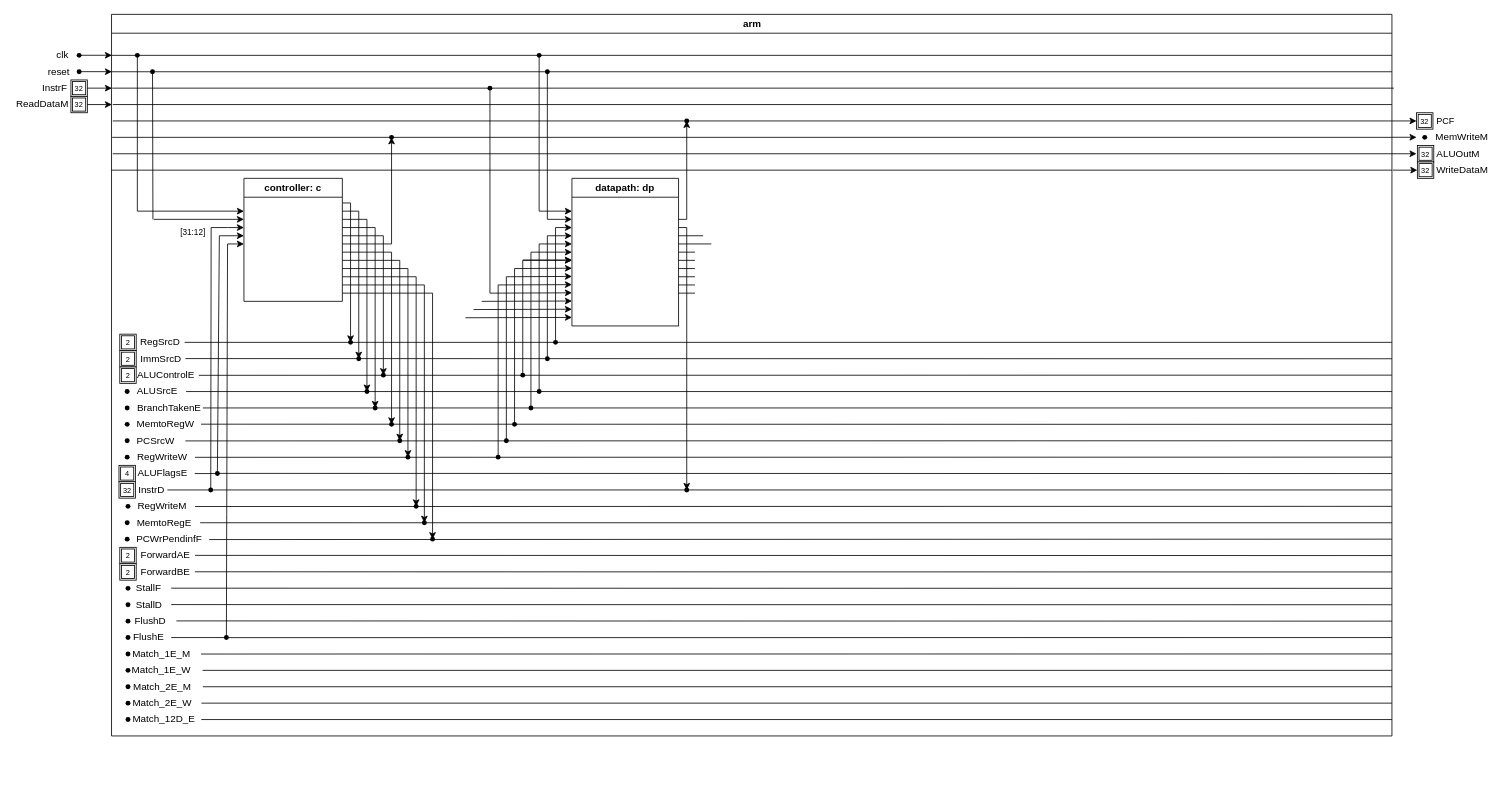
Earlier version of the draw.io diagram page "Module arm" (2 of 13) of atividade4.drawio.xml (booleana1/Atividade-3). Source tidied: cells renumbered, new cells numbered last; positions are measured from the earlier drawing's top-left corner, leaving out a move shared by most shapes. Both pictures are drawn from the tidied source at 82%, with x=0, y=0 at pixel (14, 14).
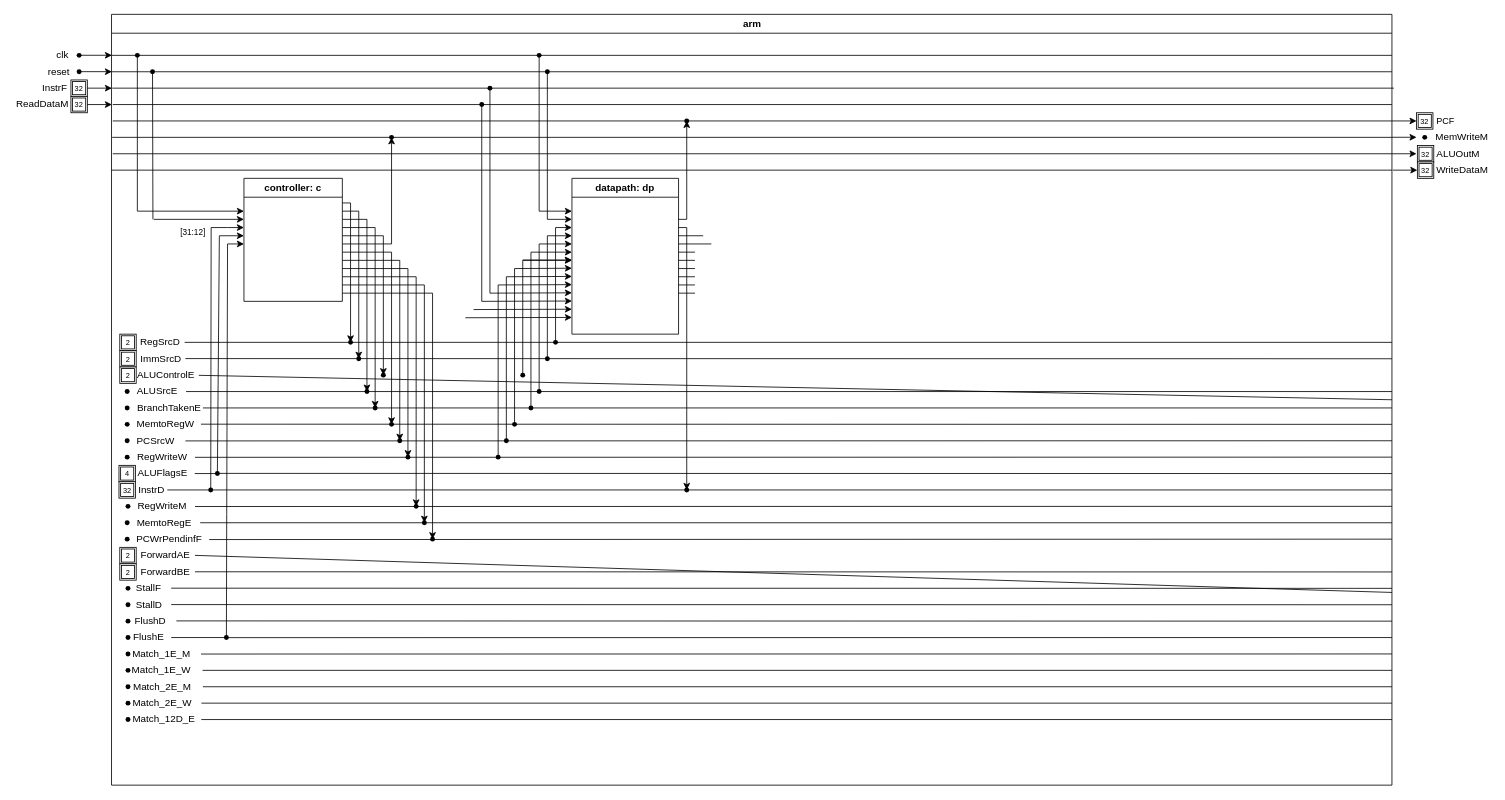
The same page after the edit.

The edit, as a diff of the source:
```diff
@@
     <mxCell id="2" value="arm" style="swimlane;whiteSpace=wrap;html=1;startSize=23;" parent="1" vertex="1">
-      <mxGeometry x="118.5" width="1561.5" height="880" as="geometry" />
+      <mxGeometry x="118.5" width="1561.5" height="940" as="geometry" />
     </mxCell>
@@
     <mxCell id="115" value="datapath: dp" style="swimlane;whiteSpace=wrap;html=1;" parent="2" vertex="1">
-      <mxGeometry x="561.5" y="200" width="130" height="180" as="geometry" />
+      <mxGeometry x="561.5" y="200" width="130" height="190" as="geometry" />
     </mxCell>
@@
+    <mxCell id="235" style="endArrow=none;html=1;rounded=0;" parent="1" edge="1" target="236">
+      <mxGeometry relative="1" as="geometry">
+        <mxPoint x="570" y="350" as="sourcePoint" />
+      </mxGeometry>
+    </mxCell>
+    <mxCell id="236" style="shape=waypoint;sketch=0;fillStyle=solid;size=6;points=[];fillColor=none;perimeter=centerPerimeter;snapToPoint=1;" parent="1" vertex="1">
+      <mxGeometry x="560" y="100" width="20" height="20" as="geometry" />
+    </mxCell>
```
